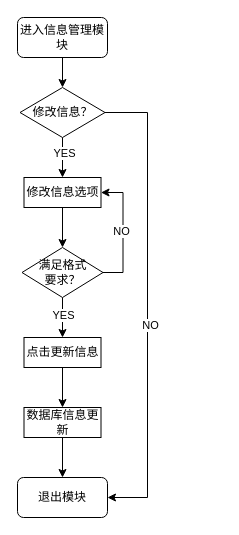
Ekko306/diagrams.net keeps this draw.io diagram as 33Untitled Diagram.drawio. Above is the earlier version. Source tidied: cells renumbered, new cells numbered last; positions are measured from the earlier drawing's top-left corner, leaving out a move shared by most shapes. Both pictures are drawn from the tidied source at 100%, with x=0, y=0 at pixel (17, 17).
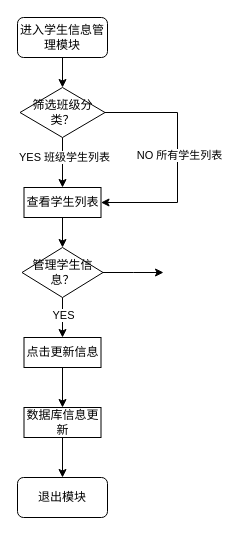
Above is the later version.

Unchanged cells that the change refers to:
```xml
<mxCell id="4" style="edgeStyle=orthogonalEdgeStyle;rounded=0;jettySize=auto;html=1;entryX=0.5;entryY=0;entryDx=0;entryDy=0;" parent="1" edge="1" source="8" target="11">
  <mxGeometry relative="1" as="geometry" />
</mxCell>
<mxCell id="9" value="退出模块" style="rounded=1;whiteSpace=wrap;html=1;" parent="1" vertex="1">
  <mxGeometry y="460" width="90" height="40" as="geometry" />
</mxCell>
```

What changed in the source:
```diff
@@
-    <mxCell id="3" value="进入信息管理模块" style="rounded=1;whiteSpace=wrap;html=1;" parent="1" vertex="1">
+    <mxCell id="3" value="进入学生信息管理模块" style="rounded=1;whiteSpace=wrap;html=1;" parent="1" vertex="1">
       <mxGeometry width="90" height="40" as="geometry" />
     </mxCell>
@@
-    <mxCell id="5" value="YES" style="edgeLabel;html=1;align=center;verticalAlign=middle;" parent="4" vertex="1">
+    <mxCell id="5" value="YES 班级学生列表" style="edgeLabel;html=1;align=center;verticalAlign=middle;" parent="4" vertex="1">
       <mxGeometry x="-0.23" y="1" relative="1" as="geometry" />
     </mxCell>
-    <mxCell id="6" style="edgeStyle=orthogonalEdgeStyle;rounded=0;jettySize=auto;html=1;entryX=1;entryY=0.5;entryDx=0;entryDy=0;" parent="1" edge="1" source="8" target="9">
-      <mxGeometry relative="1" as="geometry">
-        <Array as="points">
-          <mxPoint x="130" y="95" />
-          <mxPoint x="130" y="480" />
-        </Array>
-      </mxGeometry>
-    </mxCell>
-    <mxCell id="7" value="NO" style="edgeLabel;html=1;align=center;verticalAlign=middle;" parent="6" vertex="1">
-      <mxGeometry x="0.09" y="2" relative="1" as="geometry" />
-    </mxCell>
+    <mxCell id="21" style="edgeStyle=orthogonalEdgeStyle;rounded=0;jettySize=auto;html=1;entryX=1;entryY=0.5;entryDx=0;entryDy=0;" parent="1" edge="1" source="8" target="11">
+      <mxGeometry relative="1" as="geometry">
+        <Array as="points">
+          <mxPoint x="160" y="95" />
+          <mxPoint x="160" y="185" />
+        </Array>
+      </mxGeometry>
+    </mxCell>
+    <mxCell id="22" value="NO 所有学生列表" style="edgeLabel;html=1;align=center;verticalAlign=middle;" parent="21" vertex="1">
+      <mxGeometry x="-0.04" y="1" relative="1" as="geometry" />
+    </mxCell>
-    <mxCell id="8" value="修改信息？" style="rhombus;whiteSpace=wrap;html=1;" parent="1" vertex="1">
+    <mxCell id="8" value="筛选班级分类？" style="rhombus;whiteSpace=wrap;html=1;" parent="1" vertex="1">
       <mxGeometry x="2.5" y="70" width="85" height="50" as="geometry" />
     </mxCell>
@@
-    <mxCell id="11" value="修改信息选项" style="rounded=0;whiteSpace=wrap;html=1;" parent="1" vertex="1">
-      <mxGeometry x="6.5" y="160" width="77" height="30" as="geometry" />
+    <mxCell id="11" value="查看学生列表" style="rounded=0;whiteSpace=wrap;html=1;" parent="1" vertex="1">
+      <mxGeometry x="6.5" y="170" width="77" height="30" as="geometry" />
     </mxCell>
@@
-    <mxCell id="14" style="edgeStyle=orthogonalEdgeStyle;rounded=0;jettySize=auto;html=1;exitX=1;exitY=0.5;exitDx=0;exitDy=0;entryX=1;entryY=0.5;entryDx=0;entryDy=0;" parent="1" edge="1" source="16" target="11">
-      <mxGeometry relative="1" as="geometry" />
-    </mxCell>
-    <mxCell id="15" value="NO" style="edgeLabel;html=1;align=center;verticalAlign=middle;" parent="14" vertex="1">
-      <mxGeometry x="0.04" y="3" relative="1" as="geometry">
-        <mxPoint x="1" y="1" as="offset" />
-      </mxGeometry>
-    </mxCell>
+    <mxCell id="23" style="edgeStyle=orthogonalEdgeStyle;rounded=0;jettySize=auto;html=1;" parent="1" edge="1" source="16">
+      <mxGeometry relative="1" as="geometry">
+        <mxPoint x="146" y="255" as="targetPoint" />
+      </mxGeometry>
+    </mxCell>
-    <mxCell id="16" value="满足格式&lt;br&gt;要求？" style="rhombus;whiteSpace=wrap;html=1;" parent="1" vertex="1">
+    <mxCell id="16" value="管理学生信息？" style="rhombus;whiteSpace=wrap;html=1;" parent="1" vertex="1">
       <mxGeometry x="4.5" y="230" width="81" height="50" as="geometry" />
     </mxCell>
```
